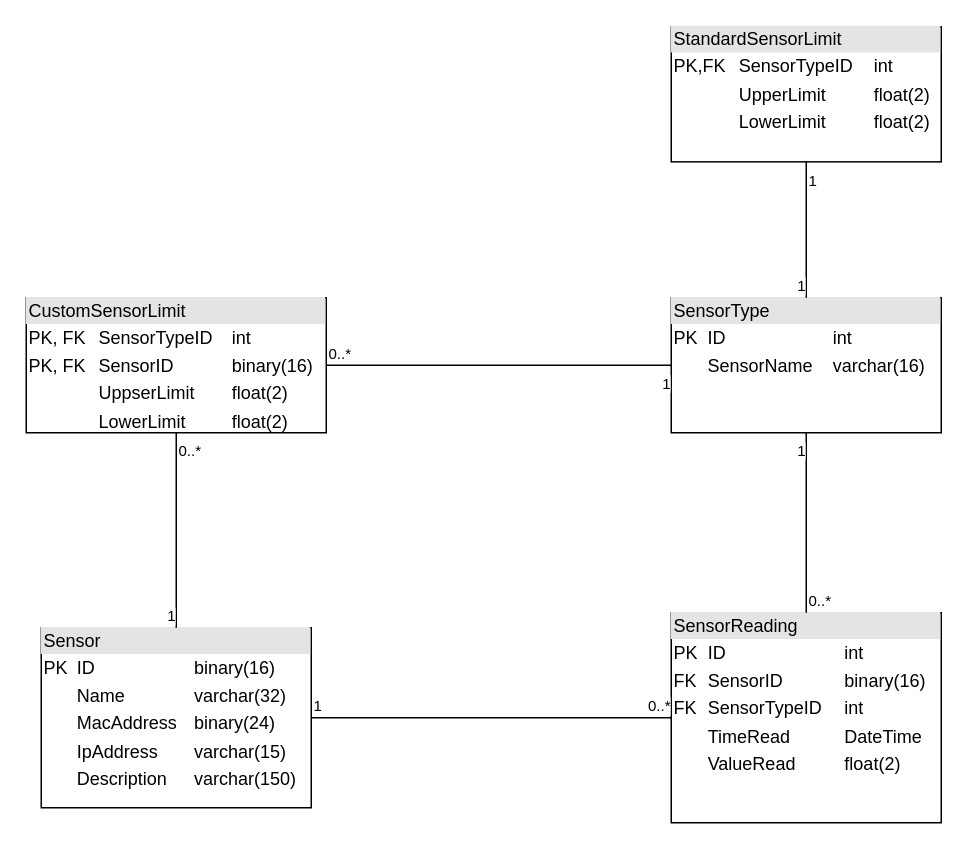
mart610k/TemperatureSensorWorldGoals keeps this draw.io diagram as dokumentation-raw/DatabaseERDiagram.drawio. Above is the earlier version. Source tidied: cells renumbered, new cells numbered last; positions are measured from the earlier drawing's top-left corner, leaving out a move shared by most shapes. Both pictures are drawn from the tidied source at 150%, with x=0, y=0 at pixel (26, 26).
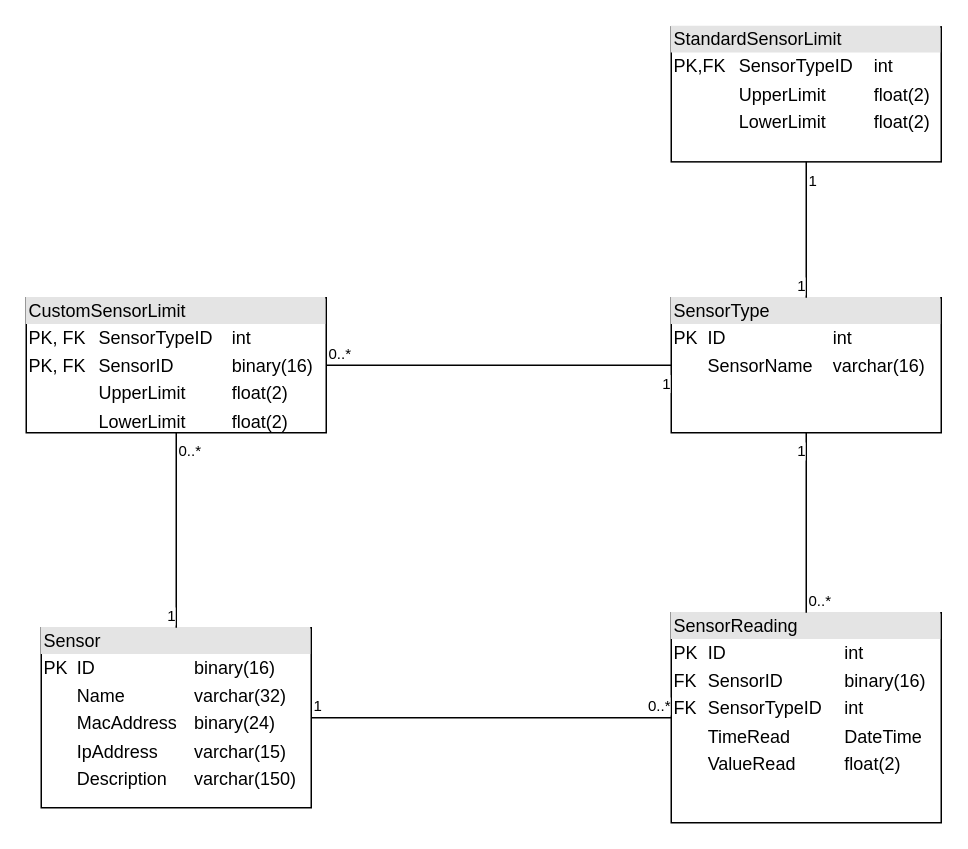
Above is the later version.

What changed in the source:
```diff
@@
-    <mxCell id="15" value="&lt;div style=&quot;box-sizing: border-box ; width: 100% ; background: #e4e4e4 ; padding: 2px&quot;&gt;CustomSensorLimit&lt;/div&gt;&lt;table style=&quot;width: 100% ; font-size: 1em&quot; cellpadding=&quot;2&quot; cellspacing=&quot;0&quot;&gt;&lt;tbody&gt;&lt;tr&gt;&lt;td&gt;PK, FK&lt;/td&gt;&lt;td&gt;SensorTypeID&lt;/td&gt;&lt;td&gt;int&lt;/td&gt;&lt;/tr&gt;&lt;tr&gt;&lt;td&gt;PK, FK&lt;/td&gt;&lt;td&gt;SensorID&lt;/td&gt;&lt;td&gt;binary(16)&lt;/td&gt;&lt;/tr&gt;&lt;tr&gt;&lt;td&gt;&lt;br&gt;&lt;/td&gt;&lt;td&gt;UppserLimit&lt;/td&gt;&lt;td&gt;float(2)&lt;/td&gt;&lt;/tr&gt;&lt;tr&gt;&lt;td&gt;&lt;br&gt;&lt;/td&gt;&lt;td&gt;LowerLimit&lt;/td&gt;&lt;td&gt;float(2)&lt;/td&gt;&lt;/tr&gt;&lt;/tbody&gt;&lt;/table&gt;" style="verticalAlign=top;align=left;overflow=fill;html=1;" parent="1" vertex="1">
+    <mxCell id="15" value="&lt;div style=&quot;box-sizing: border-box ; width: 100% ; background: #e4e4e4 ; padding: 2px&quot;&gt;CustomSensorLimit&lt;/div&gt;&lt;table style=&quot;width: 100% ; font-size: 1em&quot; cellpadding=&quot;2&quot; cellspacing=&quot;0&quot;&gt;&lt;tbody&gt;&lt;tr&gt;&lt;td&gt;PK, FK&lt;/td&gt;&lt;td&gt;SensorTypeID&lt;/td&gt;&lt;td&gt;int&lt;/td&gt;&lt;/tr&gt;&lt;tr&gt;&lt;td&gt;PK, FK&lt;/td&gt;&lt;td&gt;SensorID&lt;/td&gt;&lt;td&gt;binary(16)&lt;/td&gt;&lt;/tr&gt;&lt;tr&gt;&lt;td&gt;&lt;br&gt;&lt;/td&gt;&lt;td&gt;UpperLimit&lt;/td&gt;&lt;td&gt;float(2)&lt;/td&gt;&lt;/tr&gt;&lt;tr&gt;&lt;td&gt;&lt;br&gt;&lt;/td&gt;&lt;td&gt;LowerLimit&lt;/td&gt;&lt;td&gt;float(2)&lt;/td&gt;&lt;/tr&gt;&lt;/tbody&gt;&lt;/table&gt;" style="verticalAlign=top;align=left;overflow=fill;html=1;" parent="1" vertex="1">
       <mxGeometry y="181" width="200" height="90" as="geometry" />
     </mxCell>
```
